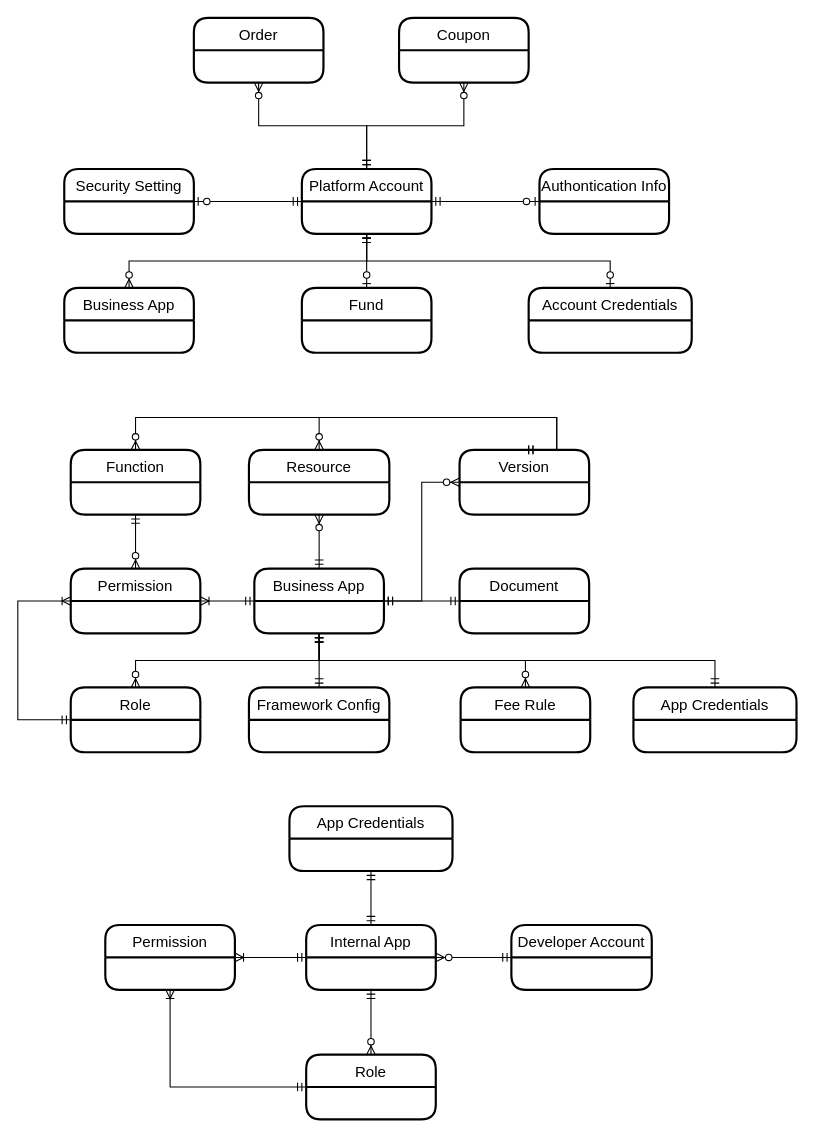
Above: page "第 1 页" (1 of 2) of JNOS.drawio in greenabyss/image (draw.io), before the change. Source tidied: cells renumbered, new cells numbered last; positions are measured from the earlier drawing's top-left corner, leaving out a move shared by most shapes. Both pictures are drawn from the tidied source at 108%, with x=0, y=0 at pixel (17, 17).
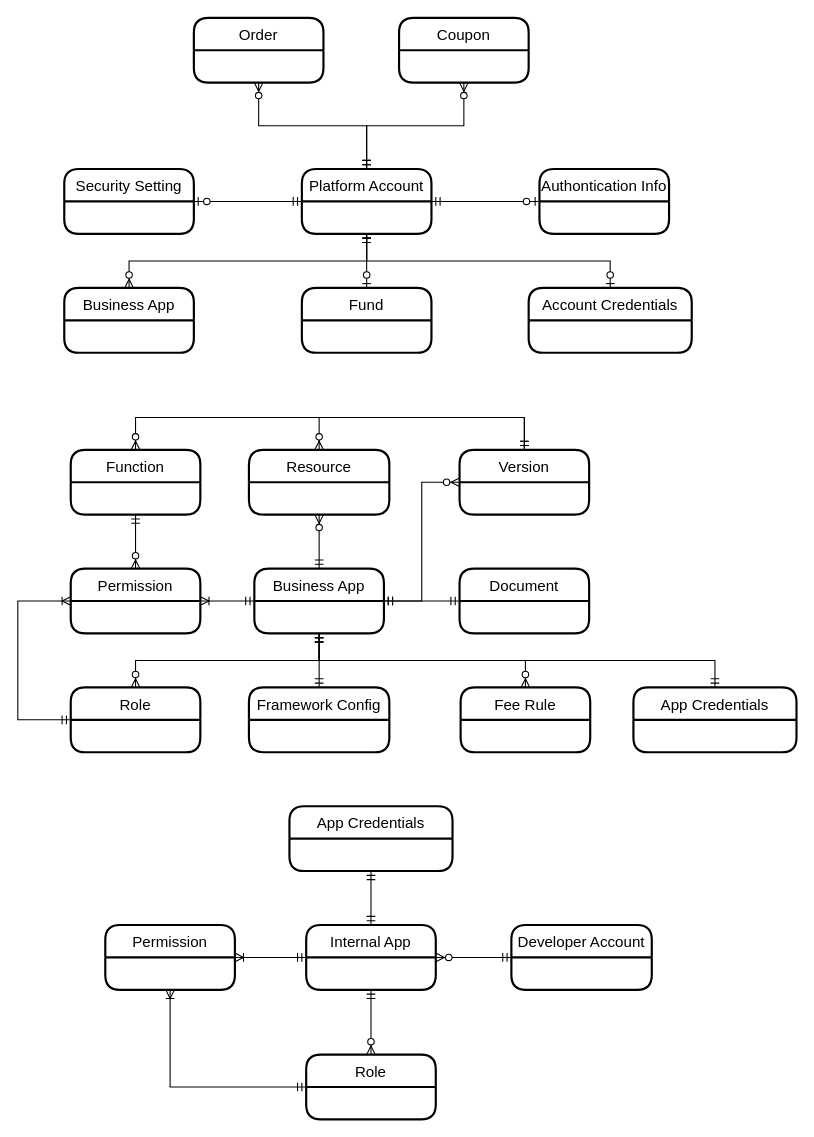
After the change.

The change refers to these unchanged cells:
```xml
<mxCell id="12" value="Resource" style="swimlane;horizontal=1;startSize=30;rounded=1;fontSize=14;fontStyle=0;strokeWidth=2;shadow=0;dashed=0;align=center;" parent="1" vertex="1">
  <mxGeometry x="214" y="400" width="130" height="60" as="geometry" />
</mxCell>
<mxCell id="14" value="Version" style="swimlane;horizontal=1;startSize=30;rounded=1;fontSize=14;fontStyle=0;strokeWidth=2;shadow=0;dashed=0;align=center;" parent="1" vertex="1">
  <mxGeometry x="409" y="400" width="120" height="60" as="geometry" />
</mxCell>
<mxCell id="16" value="Function" style="swimlane;horizontal=1;startSize=30;rounded=1;fontSize=14;fontStyle=0;strokeWidth=2;shadow=0;dashed=0;align=center;" parent="1" vertex="1">
  <mxGeometry x="49" y="400" width="120" height="60" as="geometry" />
</mxCell>
```

What changed in the source:
```diff
@@
-    <mxCell id="26" style="edgeStyle=orthogonalEdgeStyle;fontSize=12;html=1;endArrow=ERzeroToMany;startArrow=ERmandOne;exitX=0.5;exitY=0;exitDx=0;exitDy=0;entryX=0.5;entryY=0;entryDx=0;entryDy=0;rounded=0;" parent="1" edge="1" source="14" target="12">
+    <mxCell id="26" style="edgeStyle=orthogonalEdgeStyle;fontSize=12;html=1;endArrow=ERzeroToMany;startArrow=ERmandOne;entryX=0.5;entryY=0;entryDx=0;entryDy=0;rounded=0;exitX=0.5;exitY=0;exitDx=0;exitDy=0;" parent="1" edge="1" source="14" target="12">
       <mxGeometry relative="1" as="geometry">
         <Array as="points">
-          <mxPoint x="499" y="370" />
+          <mxPoint x="469" y="370" />
           <mxPoint x="279" y="370" />
         </Array>
       </mxGeometry>
     </mxCell>
-    <mxCell id="27" style="edgeStyle=orthogonalEdgeStyle;fontSize=12;html=1;endArrow=ERzeroToMany;startArrow=ERmandOne;exitX=0.5;exitY=0;exitDx=0;exitDy=0;entryX=0.5;entryY=0;entryDx=0;entryDy=0;rounded=0;" parent="1" edge="1" source="14" target="16">
+    <mxCell id="27" style="edgeStyle=orthogonalEdgeStyle;fontSize=12;html=1;endArrow=ERzeroToMany;startArrow=ERmandOne;entryX=0.5;entryY=0;entryDx=0;entryDy=0;rounded=0;exitX=0.5;exitY=0;exitDx=0;exitDy=0;" parent="1" edge="1" source="14" target="16">
       <mxGeometry relative="1" as="geometry">
         <Array as="points">
-          <mxPoint x="499" y="370" />
+          <mxPoint x="469" y="370" />
           <mxPoint x="109" y="370" />
         </Array>
       </mxGeometry>
     </mxCell>
```
